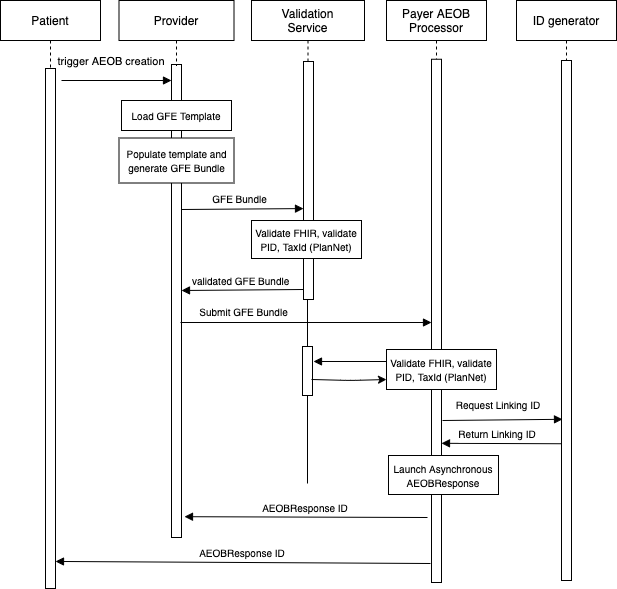
HL7/davinci-pct keeps this draw.io diagram as input/images/SubmitAEOB.drawio.png. Above is the earlier version. Source tidied: cells renumbered, new cells last; positions are measured from the earlier drawing's top-left corner, leaving out a move shared by most shapes.
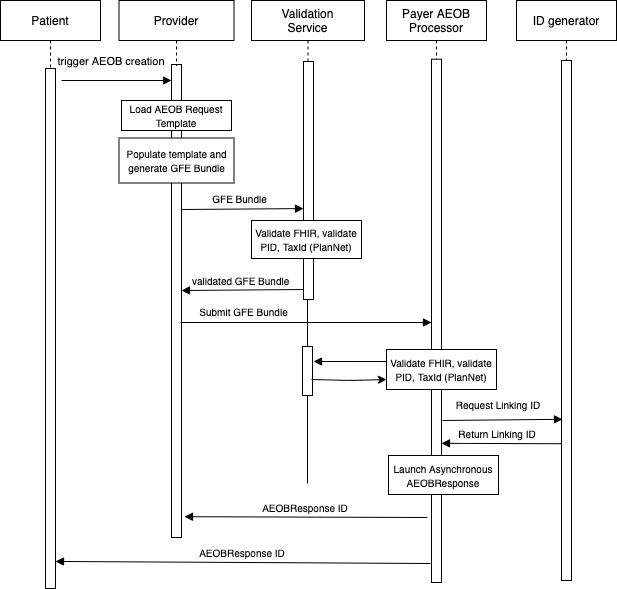
Later version of the same file.

Diff of the diagram source:
```diff
@@ -21,7 +21,7 @@
     <mxCell id="5" value="Provider" style="shape=umlLifeline;perimeter=lifelinePerimeter;rounded=0;shadow=0;strokeWidth=1;" parent="1" vertex="1">
       <mxGeometry x="118.5" width="115" height="65" as="geometry" />
     </mxCell>
-    <mxCell id="6" value="&lt;font style=&quot;font-size: 10px&quot;&gt;Load GFE Template&lt;/font&gt;" style="rounded=0;whiteSpace=wrap;html=1;" parent="5" vertex="1">
+    <mxCell id="6" value="&lt;font style=&quot;font-size: 10px&quot;&gt;Load AEOB Request Template&lt;/font&gt;" style="rounded=0;whiteSpace=wrap;html=1;" parent="5" vertex="1">
       <mxGeometry x="2.5" y="100" width="110" height="30" as="geometry" />
     </mxCell>
     <mxCell id="7" value="&lt;font style=&quot;font-size: 10px&quot;&gt;Populate template and generate GFE Bundle&lt;/font&gt;" style="rounded=0;whiteSpace=wrap;html=1;" parent="5" vertex="1">
```
